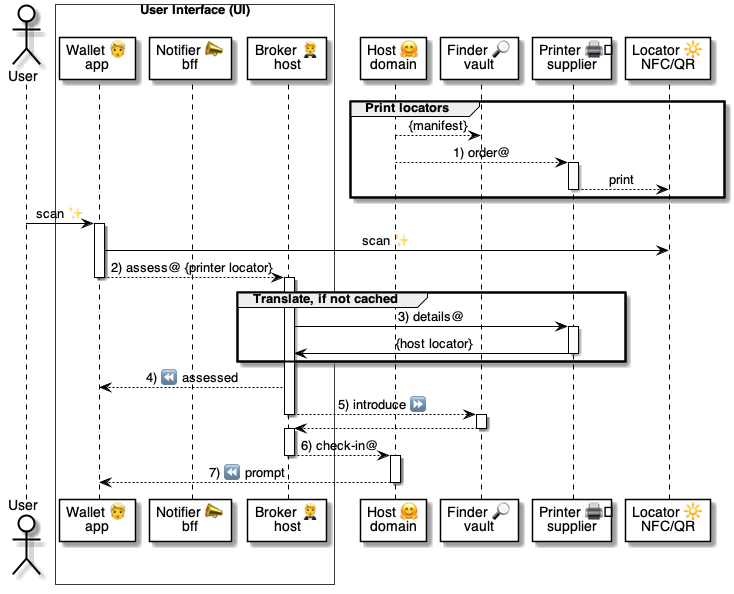
pollyweb-org/pollyweb-docs keeps this PlantUML diagram as 5 ⏩ Flows/02 🧑‍🦰👉 Wallets/15 👉🔆 Locators/.📎 Assets/⚙️ Printer QR.png. Above is the earlier version. Its source is kept beside it as 5 ⏩ Flows/02 🧑‍🦰👉 Wallets/15 👉🔆 Locators/.📎 Assets/⚙️ Printer QR.puml. Source of this version:
```plantuml
@startuml 👉 Printer NFC-QR check-in

actor User as user

box "User Interface (UI)"  #FFFFFF
  participant "Wallet 👱\napp" as wallet
  participant "Notifier 📣\nbff" as notifier
  participant "Broker 🤵\nhost" as broker
end box

participant "Host 🤗\ndomain" as host
participant "Finder 🔎\nvault" as finder
participant "Printer 🖨️\nsupplier" as printer
participant "Locator 🔆\nNFC/QR" as qr


group Print locators

    host --> finder: {manifest}
    host --> printer: 1) order@

    activate printer
      printer --> qr: print
    deactivate printer

end group


user -> wallet: scan ✨

activate wallet
  wallet -> qr: scan ✨
  wallet --> broker: 2) assess@ {printer locator}
deactivate wallet


activate broker

    group Translate, if not cached

        broker -> printer: 3) details@

        activate printer
            printer -> broker: {host locator}
        deactivate printer

    end group


        broker --> wallet: 4) ⏪ assessed

        broker --> finder: 5) introduce ⏩
        deactivate broker

        activate finder
          finder --> broker
        deactivate finder

        activate broker


    broker --> host: 6) check-in@

deactivate broker


activate host
    host --> wallet: 7) ⏪ prompt
deactivate host


@enduml
```
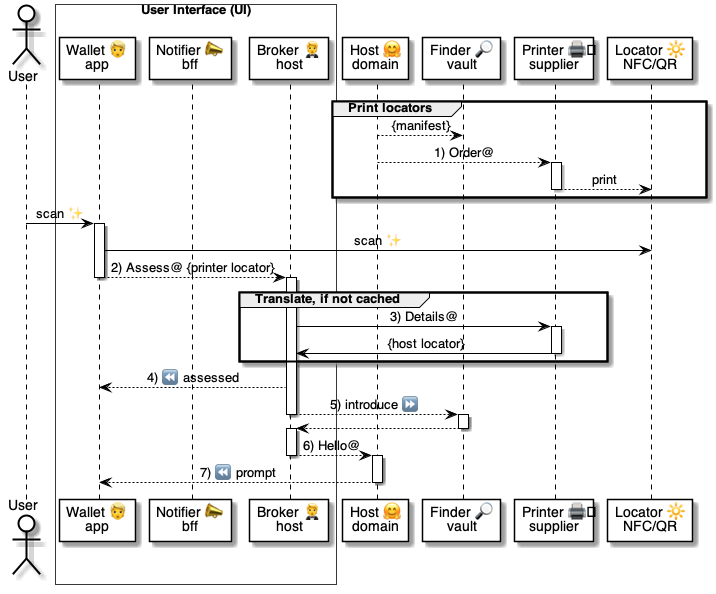
The same diagram one commit later.

Change to the diagram source:
```diff
@@ -17,7 +17,7 @@
 group Print locators
 
     host --> finder: {manifest}
-    host --> printer: 1) order@
+    host --> printer: 1) Order@
 
     activate printer
       printer --> qr: print
@@ -30,7 +30,7 @@
 
 activate wallet
   wallet -> qr: scan ✨
-  wallet --> broker: 2) assess@ {printer locator}
+  wallet --> broker: 2) Assess@ {printer locator}
 deactivate wallet
 
 
@@ -38,7 +38,7 @@
 
     group Translate, if not cached
 
-        broker -> printer: 3) details@
+        broker -> printer: 3) Details@
 
         activate printer
             printer -> broker: {host locator}
@@ -59,7 +59,7 @@
         activate broker
 
 
-    broker --> host: 6) check-in@
+    broker --> host: 6) Hello@
 
 deactivate broker
 
```
